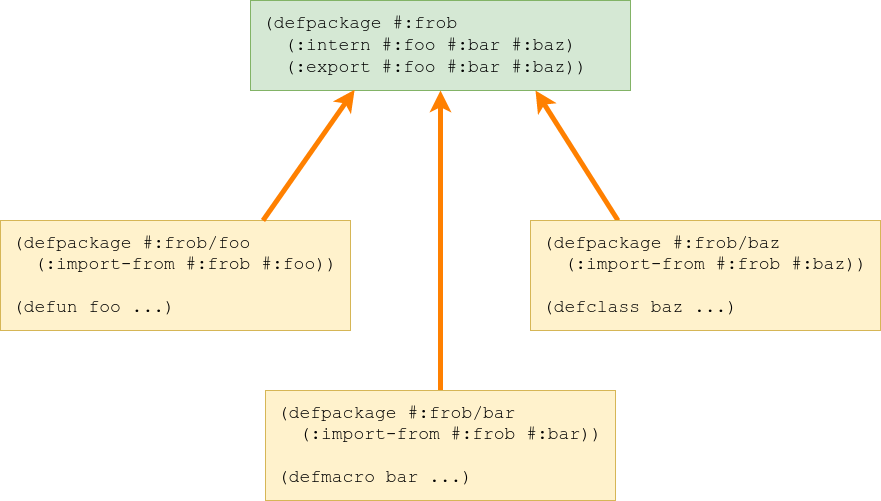
The draw.io diagram 2022-xx-xx-static-let/implement.png in phoe/articles, before a commit. Source tidied: cells renumbered, new cells last; positions are measured from the earlier drawing's top-left corner, leaving out a move shared by most shapes. Its diagram source:
```xml
<mxGraphModel>
  <root>
    <mxCell id="0" />
    <mxCell id="1" parent="0" />
    <mxCell id="2" value="&lt;div style=&quot;font-size: 18px&quot;&gt;&amp;nbsp;(defpackage #:frob&lt;/div&gt;&lt;div style=&quot;font-size: 18px&quot;&gt;&amp;nbsp;&amp;nbsp; (:intern #:foo #:bar #:baz)&lt;div style=&quot;font-size: 18px&quot;&gt;&amp;nbsp;&amp;nbsp; (:export #:foo #:bar #:baz))&lt;/div&gt;&lt;/div&gt;" style="rounded=0;whiteSpace=wrap;html=1;align=left;fontFamily=Courier New;fontStyle=0;fontSize=18;fillColor=#d5e8d4;strokeColor=#82b366;" parent="1" vertex="1">
      <mxGeometry x="250" width="380" height="90" as="geometry" />
    </mxCell>
    <mxCell id="3" value="&lt;div style=&quot;font-size: 18px&quot;&gt;&amp;nbsp;(defpackage #:frob/foo&lt;/div&gt;&lt;div style=&quot;font-size: 18px&quot;&gt;&amp;nbsp;&amp;nbsp; (:import-from #:frob #:foo))&lt;div style=&quot;font-size: 18px&quot;&gt;&lt;br&gt;&lt;/div&gt;&lt;div style=&quot;font-size: 18px&quot;&gt;&amp;nbsp;(defun foo ...)&lt;br&gt;&lt;/div&gt;&lt;/div&gt;" style="rounded=0;whiteSpace=wrap;html=1;align=left;fontFamily=Courier New;fontStyle=0;fontSize=18;fillColor=#fff2cc;strokeColor=#d6b656;" parent="1" vertex="1">
      <mxGeometry y="220" width="350" height="110" as="geometry" />
    </mxCell>
    <mxCell id="4" style="endArrow=classic;html=1;rounded=0;fontFamily=Courier New;fontSize=18;entryX=0.5;entryY=1;entryDx=0;entryDy=0;exitX=0.5;exitY=0;exitDx=0;exitDy=0;strokeWidth=5;fontStyle=0;strokeColor=#FF8000;" parent="1" edge="1" source="7" target="2">
      <mxGeometry relative="1" as="geometry" />
    </mxCell>
    <mxCell id="5" style="endArrow=classic;html=1;rounded=0;fontFamily=Courier New;fontSize=18;entryX=0.274;entryY=0.992;entryDx=0;entryDy=0;entryPerimeter=0;exitX=0.75;exitY=0;exitDx=0;exitDy=0;strokeWidth=5;fontStyle=0;strokeColor=#FF8000;" parent="1" edge="1" source="3" target="2">
      <mxGeometry relative="1" as="geometry" />
    </mxCell>
    <mxCell id="6" style="endArrow=classic;html=1;rounded=0;fontFamily=Courier New;fontSize=18;entryX=0.75;entryY=1;entryDx=0;entryDy=0;exitX=0.25;exitY=0;exitDx=0;exitDy=0;strokeWidth=5;fontStyle=0;strokeColor=#FF8000;" parent="1" edge="1" source="8" target="2">
      <mxGeometry relative="1" as="geometry" />
    </mxCell>
    <mxCell id="7" value="&lt;div style=&quot;font-size: 18px&quot;&gt;&amp;nbsp;(defpackage #:frob/bar&lt;/div&gt;&lt;div style=&quot;font-size: 18px&quot;&gt;&amp;nbsp;&amp;nbsp; (:import-from #:frob #:bar))&lt;div style=&quot;font-size: 18px&quot;&gt;&lt;br&gt;&lt;/div&gt;&lt;div style=&quot;font-size: 18px&quot;&gt;&amp;nbsp;(defmacro bar ...)&lt;br&gt;&lt;/div&gt;&lt;/div&gt;" style="rounded=0;whiteSpace=wrap;html=1;align=left;fontFamily=Courier New;fontStyle=0;fontSize=18;fillColor=#fff2cc;strokeColor=#d6b656;" parent="1" vertex="1">
      <mxGeometry x="265" y="390" width="350" height="110" as="geometry" />
    </mxCell>
    <mxCell id="8" value="&lt;div style=&quot;font-size: 18px&quot;&gt;&amp;nbsp;(defpackage #:frob/baz&lt;/div&gt;&lt;div style=&quot;font-size: 18px&quot;&gt;&amp;nbsp;&amp;nbsp; (:import-from #:frob #:baz))&lt;div style=&quot;font-size: 18px&quot;&gt;&lt;br&gt;&lt;/div&gt;&lt;div style=&quot;font-size: 18px&quot;&gt;&amp;nbsp;(defclass baz ...)&lt;br&gt;&lt;/div&gt;&lt;/div&gt;" style="rounded=0;whiteSpace=wrap;html=1;align=left;fontFamily=Courier New;fontStyle=0;fontSize=18;fillColor=#fff2cc;strokeColor=#d6b656;" parent="1" vertex="1">
      <mxGeometry x="530" y="220" width="350" height="110" as="geometry" />
    </mxCell>
  </root>
</mxGraphModel>
```
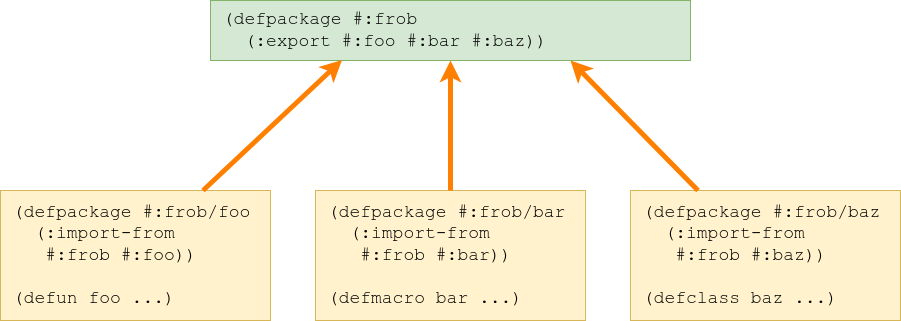
After the commit.

Diff of the diagram source:
```diff
@@ -1,27 +1,27 @@
 <mxGraphModel>
   <root>
-    <mxCell id="0" />
-    <mxCell id="1" parent="0" />
-    <mxCell id="2" value="&lt;div style=&quot;font-size: 18px&quot;&gt;&amp;nbsp;(defpackage #:frob&lt;/div&gt;&lt;div style=&quot;font-size: 18px&quot;&gt;&amp;nbsp;&amp;nbsp; (:intern #:foo #:bar #:baz)&lt;div style=&quot;font-size: 18px&quot;&gt;&amp;nbsp;&amp;nbsp; (:export #:foo #:bar #:baz))&lt;/div&gt;&lt;/div&gt;" style="rounded=0;whiteSpace=wrap;html=1;align=left;fontFamily=Courier New;fontStyle=0;fontSize=18;fillColor=#d5e8d4;strokeColor=#82b366;" parent="1" vertex="1">
-      <mxGeometry x="250" width="380" height="90" as="geometry" />
-    </mxCell>
+    <mxCell id="9" />
+    <mxCell id="10" parent="9" />
+    <mxCell id="11" value="&lt;div style=&quot;font-size: 18px&quot;&gt;&amp;nbsp;(defpackage #:frob&lt;br&gt;&lt;div style=&quot;font-size: 18px&quot;&gt;&amp;nbsp;&amp;nbsp; (:export #:foo #:bar #:baz))&lt;/div&gt;&lt;/div&gt;" style="rounded=0;whiteSpace=wrap;html=1;align=left;fontFamily=Courier New;fontStyle=0;fontSize=18;fillColor=#d5e8d4;strokeColor=#82b366;" parent="10" vertex="1">
+      <mxGeometry x="220" y="30" width="480" height="60" as="geometry" />
+    </mxCell>
-    <mxCell id="3" value="&lt;div style=&quot;font-size: 18px&quot;&gt;&amp;nbsp;(defpackage #:frob/foo&lt;/div&gt;&lt;div style=&quot;font-size: 18px&quot;&gt;&amp;nbsp;&amp;nbsp; (:import-from #:frob #:foo))&lt;div style=&quot;font-size: 18px&quot;&gt;&lt;br&gt;&lt;/div&gt;&lt;div style=&quot;font-size: 18px&quot;&gt;&amp;nbsp;(defun foo ...)&lt;br&gt;&lt;/div&gt;&lt;/div&gt;" style="rounded=0;whiteSpace=wrap;html=1;align=left;fontFamily=Courier New;fontStyle=0;fontSize=18;fillColor=#fff2cc;strokeColor=#d6b656;" parent="1" vertex="1">
-      <mxGeometry y="220" width="350" height="110" as="geometry" />
+    <mxCell id="3" value="&lt;div style=&quot;font-size: 18px&quot;&gt;&amp;nbsp;(defpackage #:frob/foo&lt;div style=&quot;font-size: 18px&quot;&gt;&amp;nbsp;&amp;nbsp; (:import-from&lt;/div&gt;&lt;div style=&quot;font-size: 18px&quot;&gt;&amp;nbsp;&amp;nbsp;&amp;nbsp; #:frob #:foo))&lt;/div&gt;&lt;div style=&quot;font-size: 18px&quot;&gt;&lt;br&gt;&lt;/div&gt;&lt;div style=&quot;font-size: 18px&quot;&gt;&amp;nbsp;(defun foo ...)&lt;/div&gt;&lt;/div&gt;" style="rounded=0;whiteSpace=wrap;html=1;align=left;fontFamily=Courier New;fontStyle=0;fontSize=18;fillColor=#fff2cc;strokeColor=#d6b656;" parent="10" vertex="1">
+      <mxGeometry x="10" y="220" width="270" height="130" as="geometry" />
     </mxCell>
-    <mxCell id="4" style="endArrow=classic;html=1;rounded=0;fontFamily=Courier New;fontSize=18;entryX=0.5;entryY=1;entryDx=0;entryDy=0;exitX=0.5;exitY=0;exitDx=0;exitDy=0;strokeWidth=5;fontStyle=0;strokeColor=#FF8000;" parent="1" edge="1" source="7" target="2">
-      <mxGeometry relative="1" as="geometry" />
-    </mxCell>
-    <mxCell id="5" style="endArrow=classic;html=1;rounded=0;fontFamily=Courier New;fontSize=18;entryX=0.274;entryY=0.992;entryDx=0;entryDy=0;entryPerimeter=0;exitX=0.75;exitY=0;exitDx=0;exitDy=0;strokeWidth=5;fontStyle=0;strokeColor=#FF8000;" parent="1" edge="1" source="3" target="2">
-      <mxGeometry relative="1" as="geometry" />
-    </mxCell>
-    <mxCell id="6" style="endArrow=classic;html=1;rounded=0;fontFamily=Courier New;fontSize=18;entryX=0.75;entryY=1;entryDx=0;entryDy=0;exitX=0.25;exitY=0;exitDx=0;exitDy=0;strokeWidth=5;fontStyle=0;strokeColor=#FF8000;" parent="1" edge="1" source="8" target="2">
-      <mxGeometry relative="1" as="geometry" />
-    </mxCell>
-    <mxCell id="7" value="&lt;div style=&quot;font-size: 18px&quot;&gt;&amp;nbsp;(defpackage #:frob/bar&lt;/div&gt;&lt;div style=&quot;font-size: 18px&quot;&gt;&amp;nbsp;&amp;nbsp; (:import-from #:frob #:bar))&lt;div style=&quot;font-size: 18px&quot;&gt;&lt;br&gt;&lt;/div&gt;&lt;div style=&quot;font-size: 18px&quot;&gt;&amp;nbsp;(defmacro bar ...)&lt;br&gt;&lt;/div&gt;&lt;/div&gt;" style="rounded=0;whiteSpace=wrap;html=1;align=left;fontFamily=Courier New;fontStyle=0;fontSize=18;fillColor=#fff2cc;strokeColor=#d6b656;" parent="1" vertex="1">
-      <mxGeometry x="265" y="390" width="350" height="110" as="geometry" />
+    <mxCell id="7" value="&lt;div style=&quot;font-size: 18px&quot;&gt;&amp;nbsp;(defpackage #:frob/bar&lt;br&gt;&lt;div style=&quot;font-size: 18px&quot;&gt;&amp;nbsp;&amp;nbsp; (:import-from&lt;/div&gt;&lt;div style=&quot;font-size: 18px&quot;&gt;&amp;nbsp;&amp;nbsp;&amp;nbsp; #:frob #:bar))&lt;/div&gt;&lt;div style=&quot;font-size: 18px&quot;&gt;&lt;br&gt;&lt;/div&gt;&lt;div style=&quot;font-size: 18px&quot;&gt;&amp;nbsp;(defmacro bar ...)&lt;br&gt;&lt;/div&gt;&lt;/div&gt;" style="rounded=0;whiteSpace=wrap;html=1;align=left;fontFamily=Courier New;fontStyle=0;fontSize=18;fillColor=#fff2cc;strokeColor=#d6b656;" parent="10" vertex="1">
+      <mxGeometry x="325" y="220" width="270" height="130" as="geometry" />
     </mxCell>
-    <mxCell id="8" value="&lt;div style=&quot;font-size: 18px&quot;&gt;&amp;nbsp;(defpackage #:frob/baz&lt;/div&gt;&lt;div style=&quot;font-size: 18px&quot;&gt;&amp;nbsp;&amp;nbsp; (:import-from #:frob #:baz))&lt;div style=&quot;font-size: 18px&quot;&gt;&lt;br&gt;&lt;/div&gt;&lt;div style=&quot;font-size: 18px&quot;&gt;&amp;nbsp;(defclass baz ...)&lt;br&gt;&lt;/div&gt;&lt;/div&gt;" style="rounded=0;whiteSpace=wrap;html=1;align=left;fontFamily=Courier New;fontStyle=0;fontSize=18;fillColor=#fff2cc;strokeColor=#d6b656;" parent="1" vertex="1">
-      <mxGeometry x="530" y="220" width="350" height="110" as="geometry" />
+    <mxCell id="8" value="&lt;div style=&quot;font-size: 18px&quot;&gt;&amp;nbsp;(defpackage #:frob/baz&lt;br&gt;&lt;div style=&quot;font-size: 18px&quot;&gt;&amp;nbsp;&amp;nbsp; (:import-from&lt;/div&gt;&lt;div style=&quot;font-size: 18px&quot;&gt;&amp;nbsp;&amp;nbsp;&amp;nbsp; #:frob #:baz))&lt;/div&gt;&lt;/div&gt;&lt;div&gt;&lt;br&gt;&lt;/div&gt;&lt;div&gt;&amp;nbsp;(defclass baz ...)&lt;br&gt;&lt;/div&gt;" style="rounded=0;whiteSpace=wrap;html=1;align=left;fontFamily=Courier New;fontStyle=0;fontSize=18;fillColor=#fff2cc;strokeColor=#d6b656;" parent="10" vertex="1">
+      <mxGeometry x="640" y="220" width="270" height="130" as="geometry" />
     </mxCell>
+    <mxCell id="12" style="endArrow=classic;html=1;rounded=0;fontFamily=Courier New;fontSize=18;entryX=0.5;entryY=1;entryDx=0;entryDy=0;exitX=0.5;exitY=0;exitDx=0;exitDy=0;strokeWidth=5;fontStyle=0;strokeColor=#FF8000;" parent="10" edge="1" source="7" target="11">
+      <mxGeometry relative="1" as="geometry" />
+    </mxCell>
+    <mxCell id="13" style="endArrow=classic;html=1;rounded=0;fontFamily=Courier New;fontSize=18;entryX=0.274;entryY=0.992;entryDx=0;entryDy=0;entryPerimeter=0;exitX=0.75;exitY=0;exitDx=0;exitDy=0;strokeWidth=5;fontStyle=0;strokeColor=#FF8000;" parent="10" edge="1" source="3" target="11">
+      <mxGeometry relative="1" as="geometry" />
+    </mxCell>
+    <mxCell id="14" style="endArrow=classic;html=1;rounded=0;fontFamily=Courier New;fontSize=18;entryX=0.75;entryY=1;entryDx=0;entryDy=0;exitX=0.25;exitY=0;exitDx=0;exitDy=0;strokeWidth=5;fontStyle=0;strokeColor=#FF8000;" parent="10" edge="1" source="8" target="11">
+      <mxGeometry relative="1" as="geometry" />
+    </mxCell>
   </root>
 </mxGraphModel>
```
